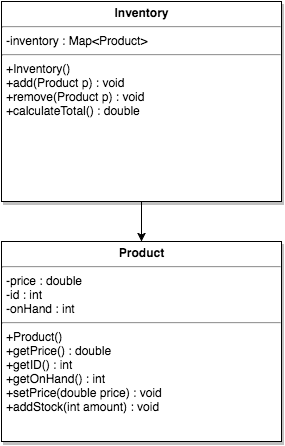
Above: ClassManager.png in jleczner/ClassManager (draw.io), before the change. Source tidied: cells renumbered, new cells last; positions are measured from the earlier drawing's top-left corner, leaving out a move shared by most shapes. The source it was exported from:
```xml
<mxGraphModel background="#ffffff">
  <root>
    <mxCell id="0" style="html=1;" />
    <mxCell id="1" style="html=1;" parent="0" />
    <mxCell id="2" value="&lt;p style=&quot;margin: 0px ; margin-top: 4px ; text-align: center&quot;&gt;&lt;b&gt;Product&lt;/b&gt;&lt;/p&gt;&lt;hr&gt;&lt;p style=&quot;margin: 0px ; margin-left: 4px&quot;&gt;-price : double&lt;br&gt;&lt;/p&gt;&lt;p style=&quot;margin: 0px ; margin-left: 4px&quot;&gt;-id : int&lt;/p&gt;&lt;p style=&quot;margin: 0px ; margin-left: 4px&quot;&gt;-onHand : int&lt;/p&gt;&lt;hr&gt;&lt;p style=&quot;margin: 0px ; margin-left: 4px&quot;&gt;+Product()&lt;/p&gt;&lt;p style=&quot;margin: 0px ; margin-left: 4px&quot;&gt;+getPrice() : double&lt;/p&gt;&lt;p style=&quot;margin: 0px ; margin-left: 4px&quot;&gt;+getID() : int&lt;/p&gt;&lt;p style=&quot;margin: 0px ; margin-left: 4px&quot;&gt;+getOnHand() : int&lt;/p&gt;&lt;p style=&quot;margin: 0px ; margin-left: 4px&quot;&gt;+setPrice(double price) : void&lt;/p&gt;&lt;p style=&quot;margin: 0px ; margin-left: 4px&quot;&gt;+addStock(int amount) : void&lt;/p&gt;" style="shadow=1;fillColor=#FFFFFF;gradientColor=none;verticalAlign=top;align=left;overflow=fill;fontSize=12;fontFamily=Helvetica;html=1;" parent="1" vertex="1">
      <mxGeometry y="240" width="280" height="200" as="geometry" />
    </mxCell>
    <mxCell id="3" style="edgeStyle=orthogonalEdgeStyle;rounded=0;html=1;exitX=0.5;exitY=1;entryX=0.5;entryY=0;jettySize=auto;" parent="1" edge="1" source="4" target="2">
      <mxGeometry relative="1" as="geometry" />
    </mxCell>
    <mxCell id="4" value="&lt;p style=&quot;margin: 0px ; margin-top: 4px ; text-align: center&quot;&gt;&lt;b&gt;Inventory&lt;/b&gt;&lt;/p&gt;&lt;hr&gt;&lt;p style=&quot;margin: 0px ; margin-left: 4px&quot;&gt;-inventory : Map&amp;lt;Product&amp;gt;&lt;/p&gt;&lt;hr&gt;&lt;p style=&quot;margin: 0px ; margin-left: 4px&quot;&gt;+Inventory()&lt;/p&gt;&lt;p style=&quot;margin: 0px ; margin-left: 4px&quot;&gt;+add(Product p) : void&lt;/p&gt;&lt;p style=&quot;margin: 0px ; margin-left: 4px&quot;&gt;+remove(Product p) : void&lt;/p&gt;&lt;p style=&quot;margin: 0px ; margin-left: 4px&quot;&gt;+calculateTotal() : double&lt;/p&gt;" style="shadow=1;fillColor=#FFFFFF;gradientColor=none;verticalAlign=top;align=left;overflow=fill;fontSize=12;fontFamily=Helvetica;html=1;" parent="1" vertex="1">
      <mxGeometry width="280" height="200" as="geometry" />
    </mxCell>
  </root>
</mxGraphModel>
```
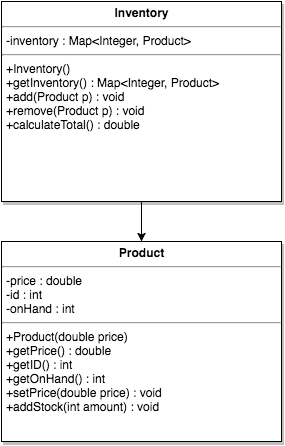
After the commit.

What changed in the source:
```diff
@@ -2,13 +2,13 @@
   <root>
     <mxCell id="0" style="html=1;" />
     <mxCell id="1" style="html=1;" parent="0" />
-    <mxCell id="2" value="&lt;p style=&quot;margin: 0px ; margin-top: 4px ; text-align: center&quot;&gt;&lt;b&gt;Product&lt;/b&gt;&lt;/p&gt;&lt;hr&gt;&lt;p style=&quot;margin: 0px ; margin-left: 4px&quot;&gt;-price : double&lt;br&gt;&lt;/p&gt;&lt;p style=&quot;margin: 0px ; margin-left: 4px&quot;&gt;-id : int&lt;/p&gt;&lt;p style=&quot;margin: 0px ; margin-left: 4px&quot;&gt;-onHand : int&lt;/p&gt;&lt;hr&gt;&lt;p style=&quot;margin: 0px ; margin-left: 4px&quot;&gt;+Product()&lt;/p&gt;&lt;p style=&quot;margin: 0px ; margin-left: 4px&quot;&gt;+getPrice() : double&lt;/p&gt;&lt;p style=&quot;margin: 0px ; margin-left: 4px&quot;&gt;+getID() : int&lt;/p&gt;&lt;p style=&quot;margin: 0px ; margin-left: 4px&quot;&gt;+getOnHand() : int&lt;/p&gt;&lt;p style=&quot;margin: 0px ; margin-left: 4px&quot;&gt;+setPrice(double price) : void&lt;/p&gt;&lt;p style=&quot;margin: 0px ; margin-left: 4px&quot;&gt;+addStock(int amount) : void&lt;/p&gt;" style="shadow=1;fillColor=#FFFFFF;gradientColor=none;verticalAlign=top;align=left;overflow=fill;fontSize=12;fontFamily=Helvetica;html=1;" parent="1" vertex="1">
+    <mxCell id="2" value="&lt;p style=&quot;margin: 0px ; margin-top: 4px ; text-align: center&quot;&gt;&lt;b&gt;Product&lt;/b&gt;&lt;/p&gt;&lt;hr&gt;&lt;p style=&quot;margin: 0px ; margin-left: 4px&quot;&gt;-price : double&lt;br&gt;&lt;/p&gt;&lt;p style=&quot;margin: 0px ; margin-left: 4px&quot;&gt;-id : int&lt;/p&gt;&lt;p style=&quot;margin: 0px ; margin-left: 4px&quot;&gt;-onHand : int&lt;/p&gt;&lt;hr&gt;&lt;p style=&quot;margin: 0px ; margin-left: 4px&quot;&gt;+Product(double price)&lt;/p&gt;&lt;p style=&quot;margin: 0px ; margin-left: 4px&quot;&gt;+getPrice() : double&lt;/p&gt;&lt;p style=&quot;margin: 0px ; margin-left: 4px&quot;&gt;+getID() : int&lt;/p&gt;&lt;p style=&quot;margin: 0px ; margin-left: 4px&quot;&gt;+getOnHand() : int&lt;/p&gt;&lt;p style=&quot;margin: 0px ; margin-left: 4px&quot;&gt;+setPrice(double price) : void&lt;/p&gt;&lt;p style=&quot;margin: 0px ; margin-left: 4px&quot;&gt;+addStock(int amount) : void&lt;/p&gt;" style="shadow=1;fillColor=#FFFFFF;gradientColor=none;verticalAlign=top;align=left;overflow=fill;fontSize=12;fontFamily=Helvetica;html=1;" parent="1" vertex="1">
       <mxGeometry y="240" width="280" height="200" as="geometry" />
     </mxCell>
     <mxCell id="3" style="edgeStyle=orthogonalEdgeStyle;rounded=0;html=1;exitX=0.5;exitY=1;entryX=0.5;entryY=0;jettySize=auto;" parent="1" edge="1" source="4" target="2">
       <mxGeometry relative="1" as="geometry" />
     </mxCell>
-    <mxCell id="4" value="&lt;p style=&quot;margin: 0px ; margin-top: 4px ; text-align: center&quot;&gt;&lt;b&gt;Inventory&lt;/b&gt;&lt;/p&gt;&lt;hr&gt;&lt;p style=&quot;margin: 0px ; margin-left: 4px&quot;&gt;-inventory : Map&amp;lt;Product&amp;gt;&lt;/p&gt;&lt;hr&gt;&lt;p style=&quot;margin: 0px ; margin-left: 4px&quot;&gt;+Inventory()&lt;/p&gt;&lt;p style=&quot;margin: 0px ; margin-left: 4px&quot;&gt;+add(Product p) : void&lt;/p&gt;&lt;p style=&quot;margin: 0px ; margin-left: 4px&quot;&gt;+remove(Product p) : void&lt;/p&gt;&lt;p style=&quot;margin: 0px ; margin-left: 4px&quot;&gt;+calculateTotal() : double&lt;/p&gt;" style="shadow=1;fillColor=#FFFFFF;gradientColor=none;verticalAlign=top;align=left;overflow=fill;fontSize=12;fontFamily=Helvetica;html=1;" parent="1" vertex="1">
+    <mxCell id="4" value="&lt;p style=&quot;margin: 0px ; margin-top: 4px ; text-align: center&quot;&gt;&lt;b&gt;Inventory&lt;/b&gt;&lt;/p&gt;&lt;hr&gt;&lt;p style=&quot;margin: 0px ; margin-left: 4px&quot;&gt;-inventory : Map&amp;lt;Integer, Product&amp;gt;&lt;/p&gt;&lt;hr&gt;&lt;p style=&quot;margin: 0px ; margin-left: 4px&quot;&gt;+Inventory()&lt;/p&gt;&lt;p style=&quot;margin: 0px ; margin-left: 4px&quot;&gt;+getInventory() : Map&amp;lt;Integer, Product&amp;gt;&lt;/p&gt;&lt;p style=&quot;margin: 0px ; margin-left: 4px&quot;&gt;+add(Product p) : void&lt;/p&gt;&lt;p style=&quot;margin: 0px ; margin-left: 4px&quot;&gt;+remove(Product p) : void&lt;/p&gt;&lt;p style=&quot;margin: 0px ; margin-left: 4px&quot;&gt;+calculateTotal() : double&lt;/p&gt;" style="shadow=1;fillColor=#FFFFFF;gradientColor=none;verticalAlign=top;align=left;overflow=fill;fontSize=12;fontFamily=Helvetica;html=1;" parent="1" vertex="1">
       <mxGeometry width="280" height="200" as="geometry" />
     </mxCell>
   </root>
```
